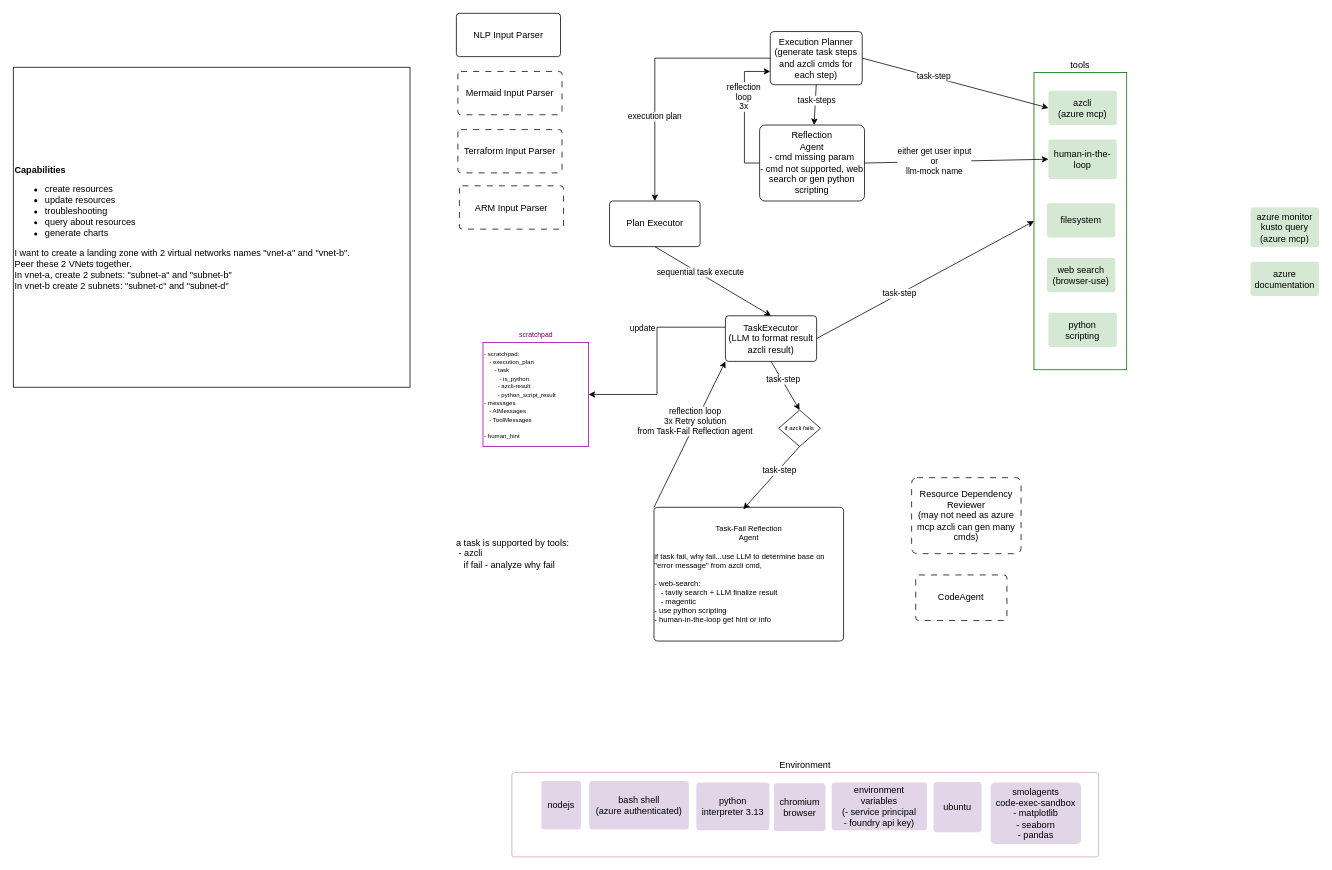
Earlier version of the draw.io diagram docs/system_design.drawio (weixian-zhang/lena.ai). Source tidied: cells renumbered, new cells numbered last; positions are measured from the earlier drawing's top-left corner, leaving out a move shared by most shapes. Both pictures are drawn from the tidied source at 76%, with x=0, y=0 at pixel (13, 13).
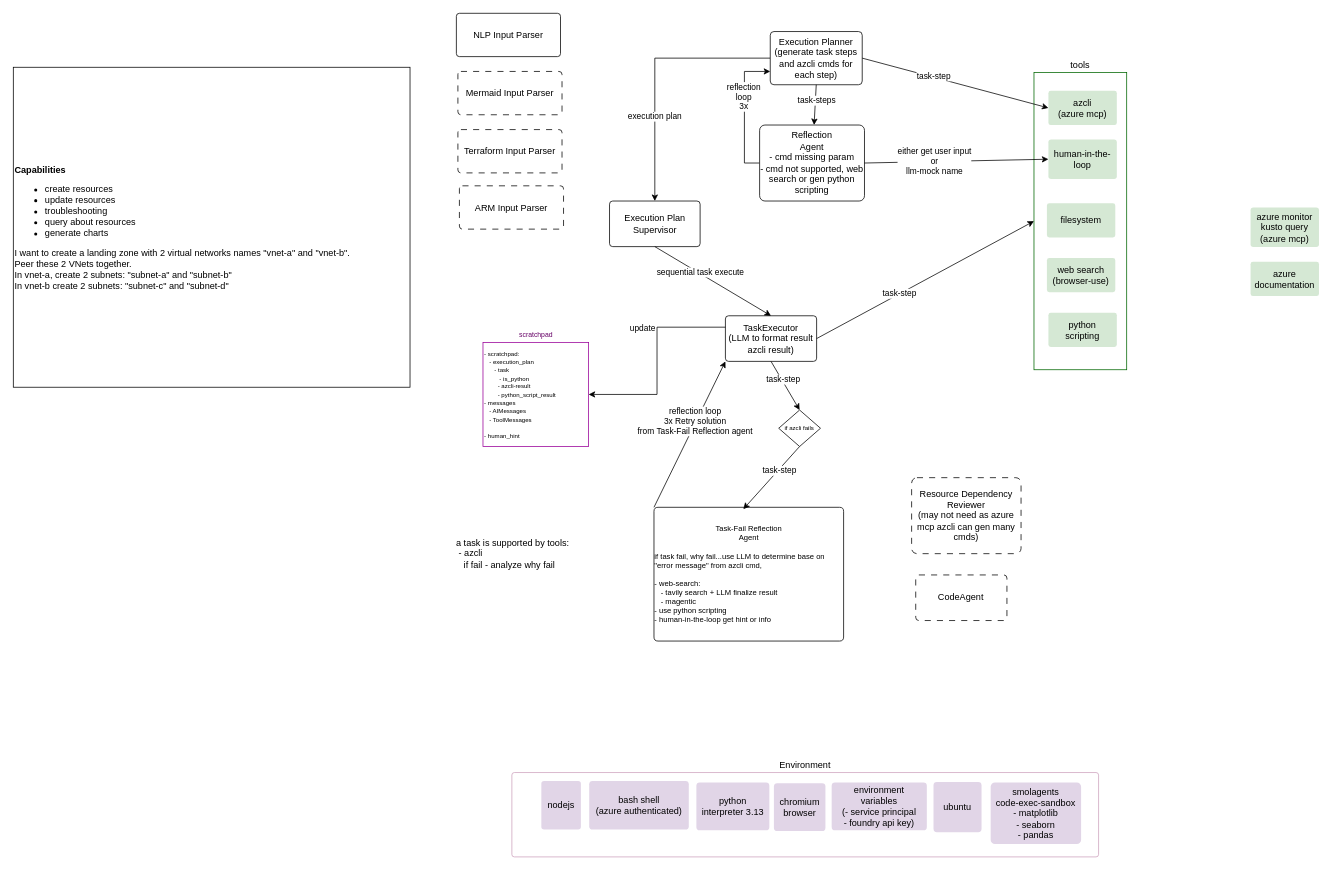
The same page after the edit.

Diff of the diagram source:
```diff
@@
-    <mxCell id="31" value="Plan Executor" style="rounded=1;whiteSpace=wrap;html=1;arcSize=7;" parent="1" vertex="1">
+    <mxCell id="31" value="Execution Plan Supervisor" style="rounded=1;whiteSpace=wrap;html=1;arcSize=7;" parent="1" vertex="1">
       <mxGeometry x="784.5" y="247" width="119.2" height="60" as="geometry" />
     </mxCell>
```
